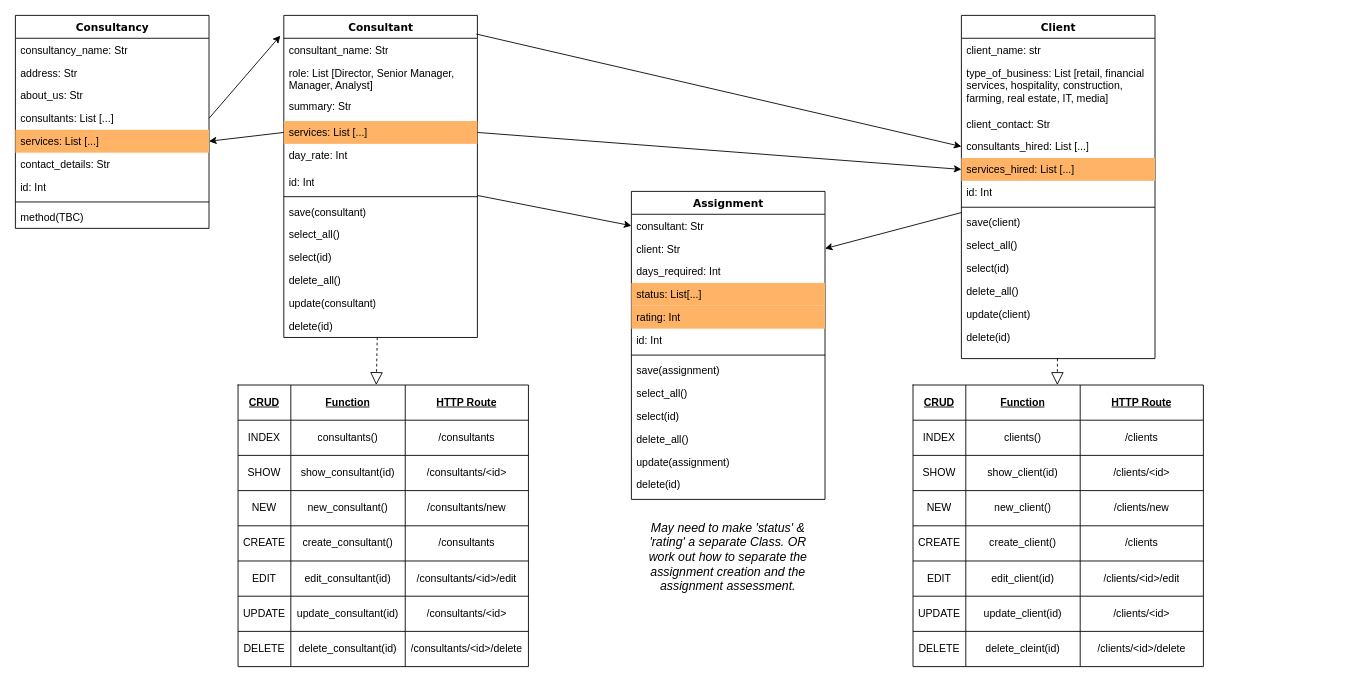
Earlier version of the draw.io diagram planning/Class Diagrams.drawio (michaelmccoll/Project_Secure_Design). Source tidied: cells renumbered, new cells numbered last; positions are measured from the earlier drawing's top-left corner, leaving out a move shared by most shapes. Both pictures are drawn from the tidied source at 88%, with x=0, y=0 at pixel (15, 15).
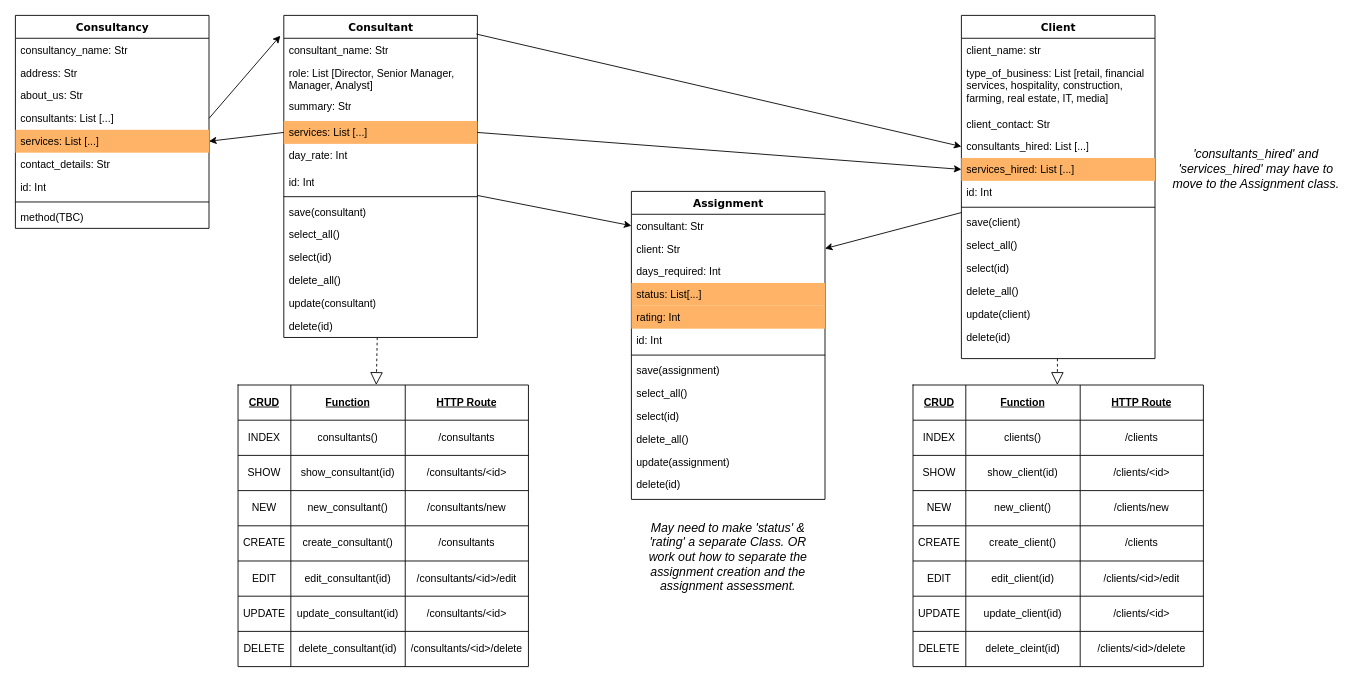
The same page after the edit.

Diff of the diagram source:
```diff
@@
+    <mxCell id="129" value="'consultants_hired' and 'services_hired' may have to move to the Assignment class." style="text;html=1;strokeColor=none;fillColor=none;align=center;verticalAlign=middle;whiteSpace=wrap;rounded=0;fontSize=14;fontStyle=2;" parent="1" vertex="1">
+      <mxGeometry x="1310" y="130" width="200" height="90" as="geometry" />
+    </mxCell>
```
